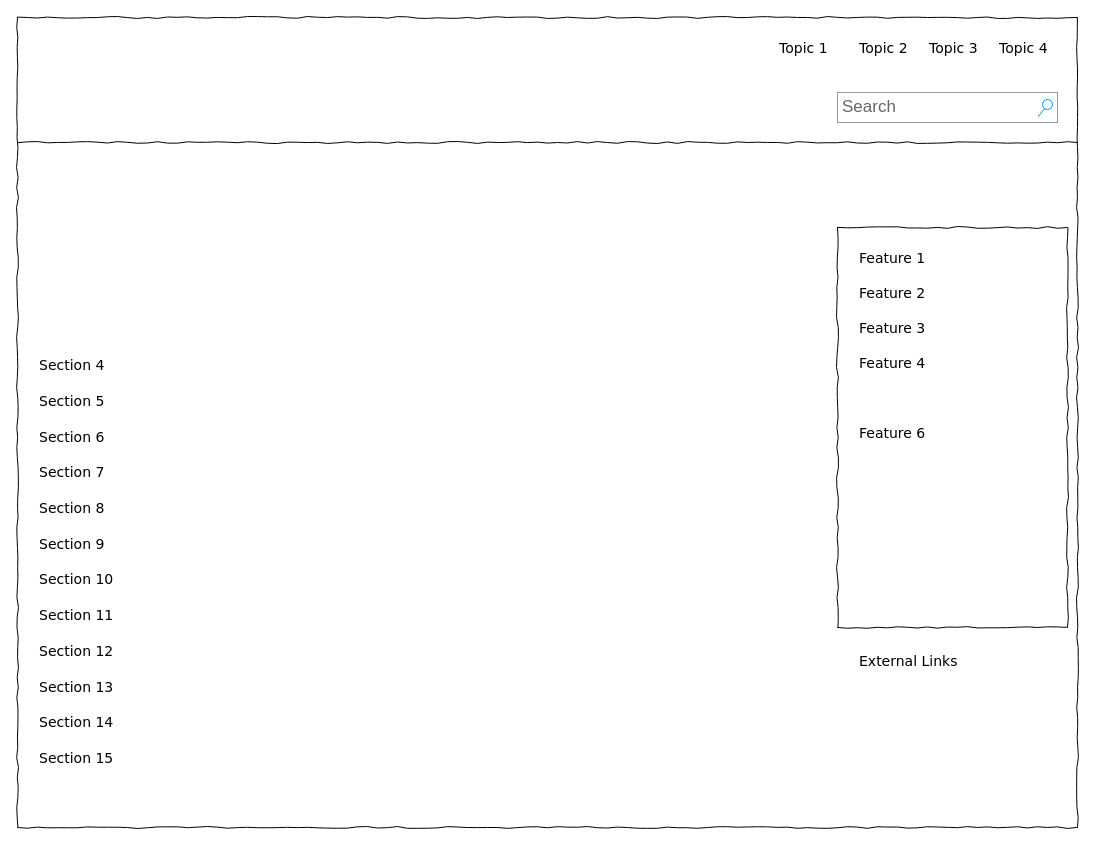
This is Untitled Diagram.drawio from jamesdvance/meal_maker, a draw.io file, before an edit. Source tidied: cells renumbered, new cells numbered last; positions are measured from the earlier drawing's top-left corner, leaving out a move shared by most shapes. Both pictures are drawn from the tidied source at 100%, with x=0, y=0 at pixel (17, 17).
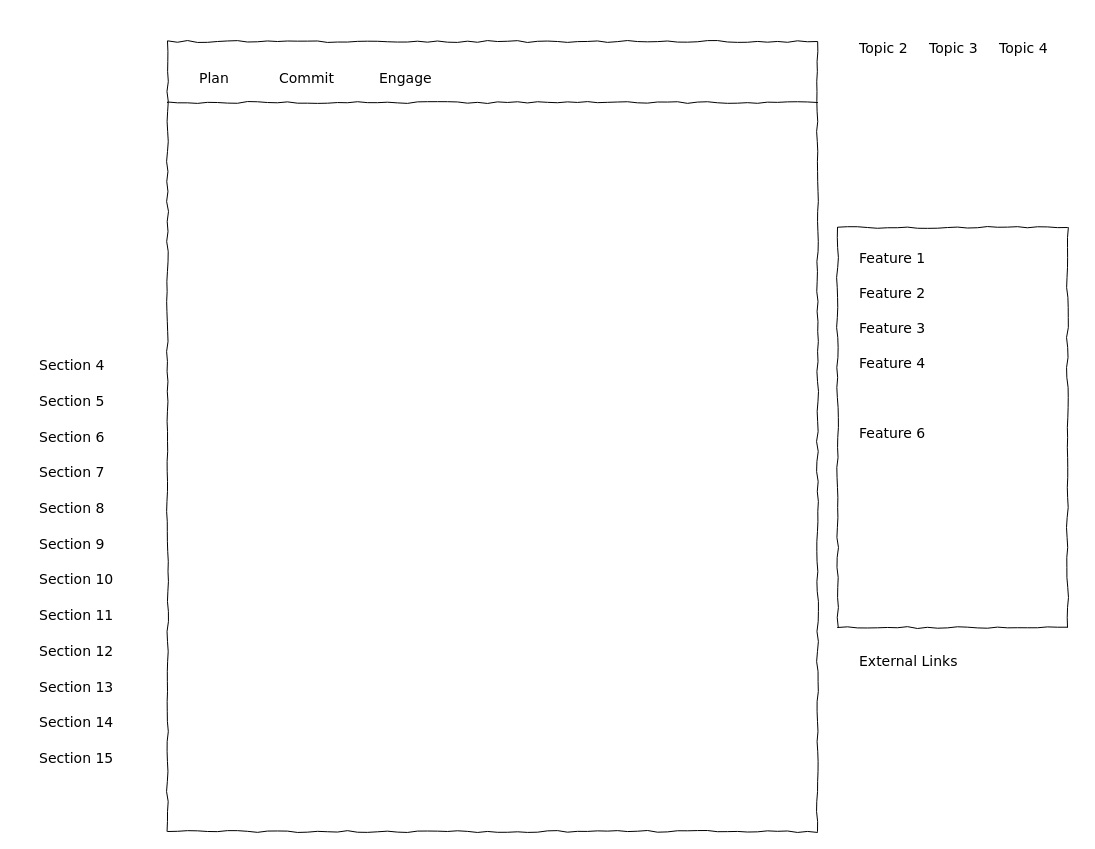
After the change.

What changed in the source:
```diff
@@
     <mxCell id="2" style="whiteSpace=wrap;html=1;rounded=0;shadow=0;labelBackgroundColor=none;strokeColor=#000000;strokeWidth=1;fillColor=none;fontFamily=Verdana;fontSize=12;fontColor=#000000;align=center;comic=1;" parent="1" vertex="1">
-      <mxGeometry width="1060" height="810" as="geometry" />
+      <mxGeometry x="150" y="24" width="650" height="790" as="geometry" />
     </mxCell>
-    <mxCell id="3" value="Search" style="strokeWidth=1;shadow=0;dashed=0;align=center;html=1;shape=mxgraph.mockup.forms.searchBox;strokeColor=#999999;mainText=;strokeColor2=#008cff;fontColor=#666666;fontSize=17;align=left;spacingLeft=3;rounded=0;labelBackgroundColor=none;comic=1;" parent="1" vertex="1">
-      <mxGeometry x="820" y="75" width="220" height="30" as="geometry" />
-    </mxCell>
-    <mxCell id="4" value="Topic 1" style="text;html=1;align=left;verticalAlign=top;spacingTop=-4;fontSize=14;fontFamily=Verdana;" parent="1" vertex="1">
-      <mxGeometry x="760" y="20" width="60" height="20" as="geometry" />
+    <mxCell id="4" value="Plan" style="text;html=1;align=left;verticalAlign=top;spacingTop=-4;fontSize=14;fontFamily=Verdana;" parent="1" vertex="1">
+      <mxGeometry x="180" y="50" width="60" height="20" as="geometry" />
     </mxCell>
@@
     <mxCell id="8" style="line;strokeWidth=1;html=1;rounded=0;shadow=0;labelBackgroundColor=none;fillColor=none;fontFamily=Verdana;fontSize=14;fontColor=#000000;align=center;comic=1;" parent="1" vertex="1">
-      <mxGeometry y="120" width="1060" height="10" as="geometry" />
+      <mxGeometry x="150" y="80" width="650" height="10" as="geometry" />
     </mxCell>
@@
+    <mxCell id="28" value="Commit" style="text;html=1;align=left;verticalAlign=top;spacingTop=-4;fontSize=14;fontFamily=Verdana;" parent="1" vertex="1">
+      <mxGeometry x="260" y="50" width="60" height="20" as="geometry" />
+    </mxCell>
+    <mxCell id="29" value="Engage" style="text;html=1;align=left;verticalAlign=top;spacingTop=-4;fontSize=14;fontFamily=Verdana;" parent="1" vertex="1">
+      <mxGeometry x="360" y="50" width="60" height="20" as="geometry" />
+    </mxCell>
```
